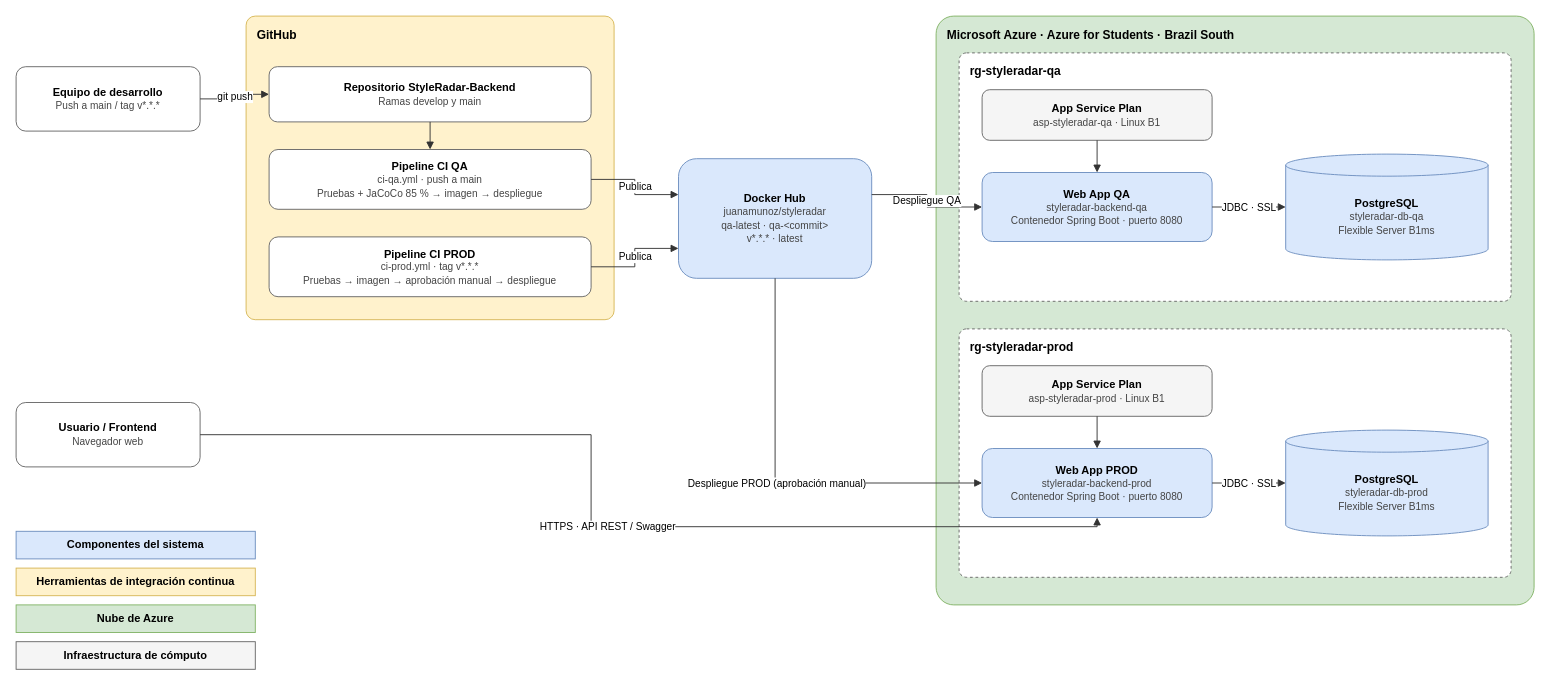
CatrachoINXS/StyleRadar-Backend keeps this draw.io diagram as style-radar/docs/uml/DiagramaDespliegueStyleRadar.drawio. Above is the earlier version. Source tidied: cells renumbered, new cells numbered last; positions are measured from the earlier drawing's top-left corner, leaving out a move shared by most shapes. Both pictures are drawn from the tidied source at 92%, with x=0, y=0 at pixel (16, 16).
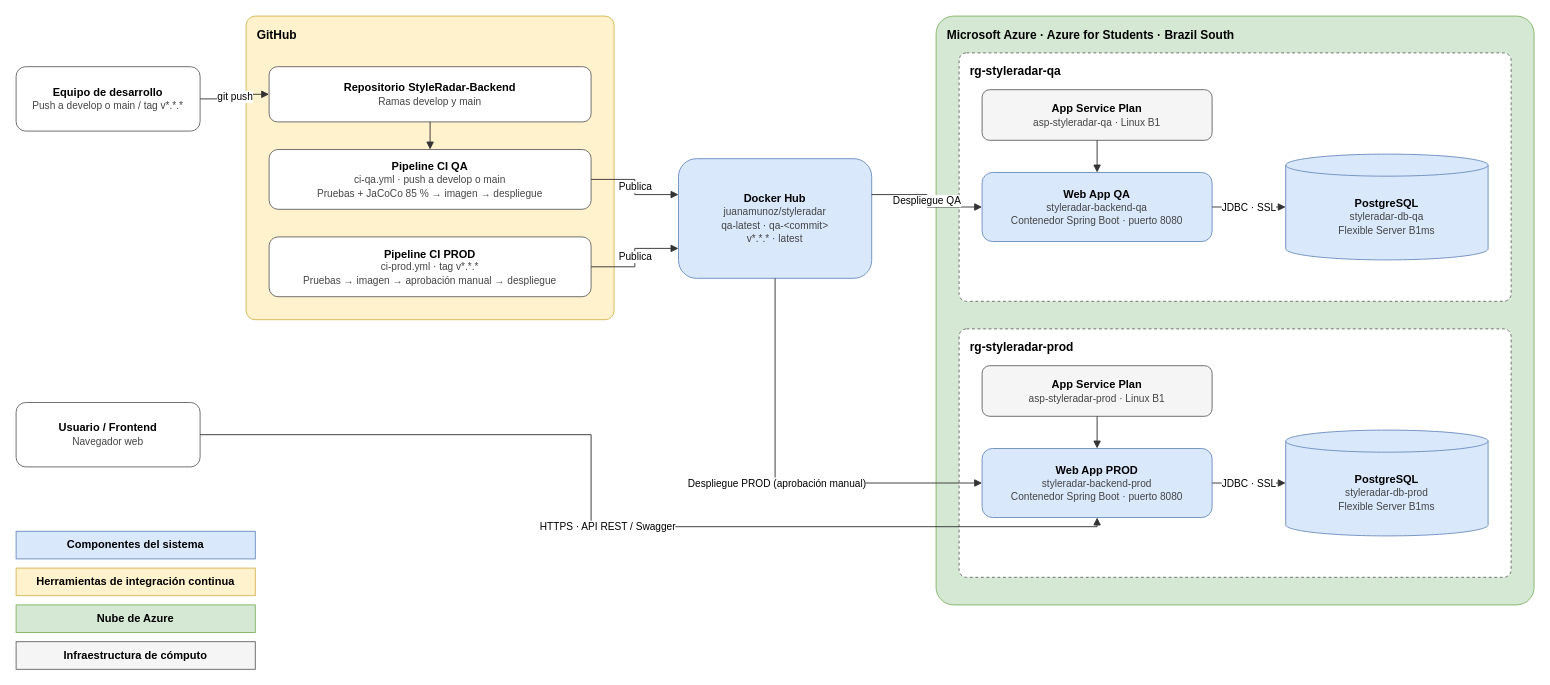
Above is the later version.

Diff of the diagram source:
```diff
@@
-    <mxCell id="2" value="&lt;b&gt;Equipo de desarrollo&lt;/b&gt;&lt;br&gt;&lt;font style='font-size:11px;color:#444444'&gt;Push a main / tag v*.*.*&lt;/font&gt;" style="rounded=1;whiteSpace=wrap;html=1;fillColor=#ffffff;strokeColor=#666666;fontSize=12;" parent="1" vertex="1">
+    <mxCell id="2" value="&lt;b&gt;Equipo de desarrollo&lt;/b&gt;&lt;br&gt;&lt;font style='font-size:11px;color:#444444'&gt;Push a develop o main / tag v*.*.*&lt;/font&gt;" style="rounded=1;whiteSpace=wrap;html=1;fillColor=#ffffff;strokeColor=#666666;fontSize=12;" parent="1" vertex="1">
       <mxGeometry y="55" width="200" height="70" as="geometry" />
     </mxCell>
@@
-    <mxCell id="6" value="&lt;b&gt;Pipeline CI QA&lt;/b&gt;&lt;br&gt;&lt;font style='font-size:11px;color:#444444'&gt;ci-qa.yml · push a main&lt;/font&gt;&lt;br&gt;&lt;font style='font-size:11px;color:#444444'&gt;Pruebas + JaCoCo 85 % → imagen → despliegue&lt;/font&gt;" style="rounded=1;whiteSpace=wrap;html=1;fillColor=#ffffff;strokeColor=#666666;fontSize=12;" parent="1" vertex="1">
+    <mxCell id="6" value="&lt;b&gt;Pipeline CI QA&lt;/b&gt;&lt;br&gt;&lt;font style='font-size:11px;color:#444444'&gt;ci-qa.yml · push a develop o main&lt;/font&gt;&lt;br&gt;&lt;font style='font-size:11px;color:#444444'&gt;Pruebas + JaCoCo 85 % → imagen → despliegue&lt;/font&gt;" style="rounded=1;whiteSpace=wrap;html=1;fillColor=#ffffff;strokeColor=#666666;fontSize=12;" parent="1" vertex="1">
       <mxGeometry x="275" y="145" width="350" height="65" as="geometry" />
     </mxCell>
```
